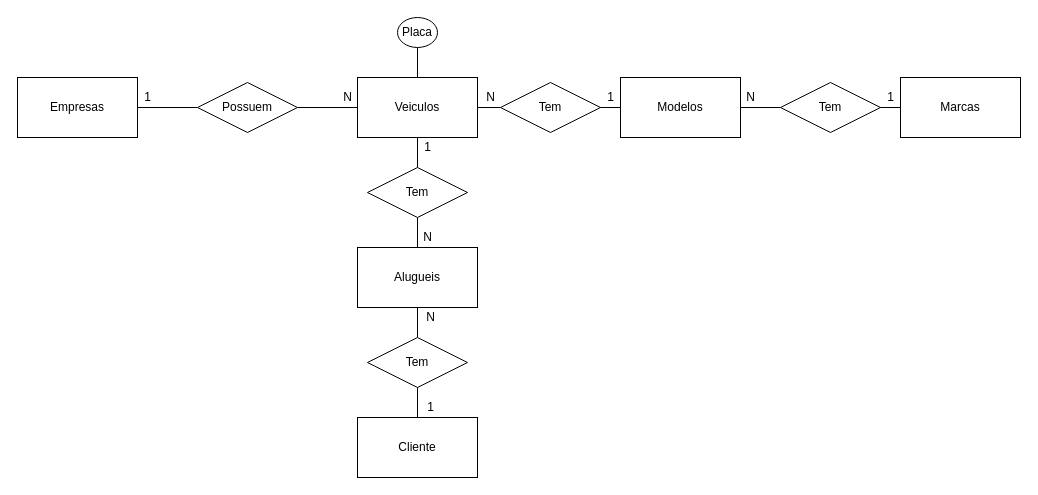
The draw.io diagram page "Conceitual" (1 of 2) of exercicios/1.2-exercicio-locadora/exercicio-1.2.drawio in Viniart/SENAI_1BD, before the edit. Source tidied: cells renumbered, new cells numbered last; positions are measured from the earlier drawing's top-left corner, leaving out a move shared by most shapes. Both pictures are drawn from the tidied source at 100%, with x=0, y=0 at pixel (17, 17).
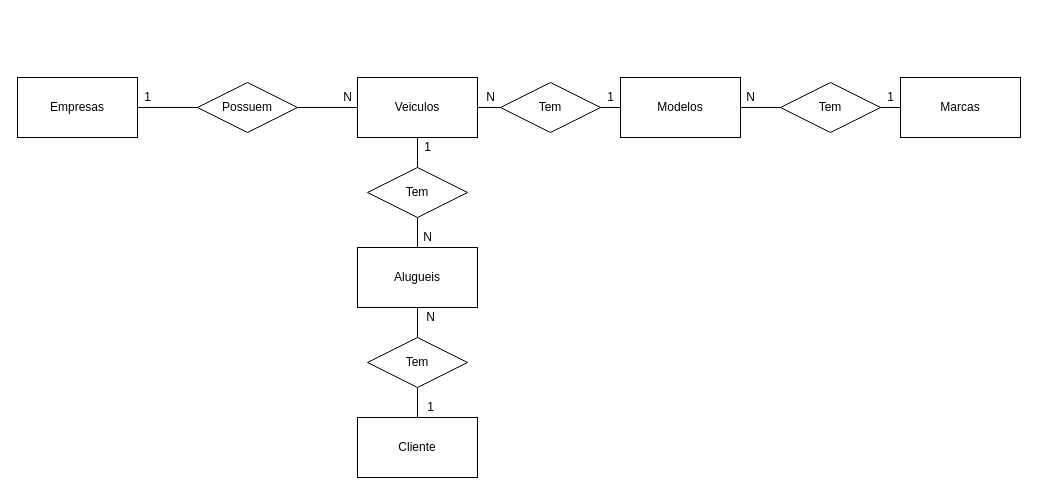
Above is the later version.

Unchanged cells that the change refers to:
```xml
<mxCell id="8" value="Veiculos" style="rounded=0;whiteSpace=wrap;html=1;" parent="1" vertex="1">
  <mxGeometry x="340" y="60" width="120" height="60" as="geometry" />
</mxCell>
```

Diff of the diagram source:
```diff
@@
-    <mxCell id="6" style="edgeStyle=orthogonalEdgeStyle;rounded=0;jettySize=auto;html=1;entryX=0.5;entryY=1;entryDx=0;entryDy=0;endArrow=none;endFill=0;" parent="1" edge="1" source="8" target="18">
-      <mxGeometry relative="1" as="geometry" />
-    </mxCell>
@@
-    <mxCell id="18" value="Placa" style="ellipse;whiteSpace=wrap;html=1;" parent="1" vertex="1">
-      <mxGeometry x="380" width="40" height="30" as="geometry" />
-    </mxCell>
```
